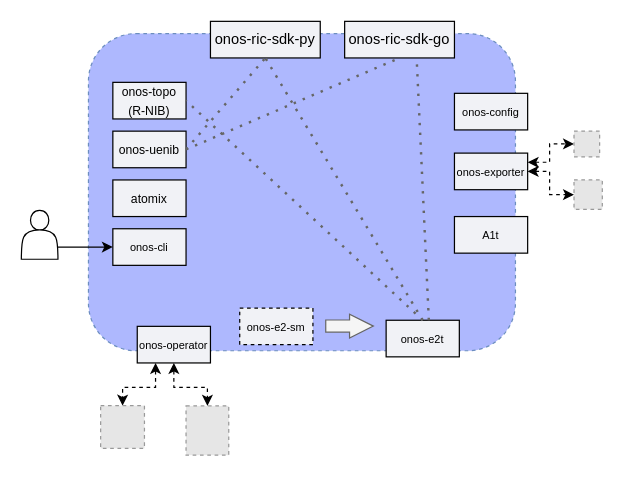
The draw.io diagram Untitled Diagram.drawio in carlos-tuilm/test-mlb-sdran, before the edit. Source tidied: cells renumbered, new cells numbered last; positions are measured from the earlier drawing's top-left corner, leaving out a move shared by most shapes. Both pictures are drawn from the tidied source at 122%, with x=0, y=0 at pixel (21, 21). Pictures stored in the file or linked from it are replaced by grey dashed boxes.
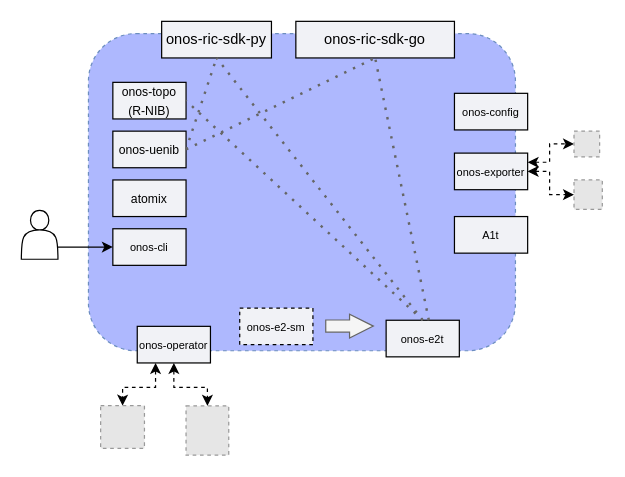
The same diagram, later.

The edit, as a diff of the source:
```diff
@@
     <mxCell id="16" value="onos-ric-sdk-py" style="rounded=0;whiteSpace=wrap;html=1;fillColor=#F1F2F6;" parent="1" vertex="1">
-      <mxGeometry x="155" width="90" height="30" as="geometry" />
+      <mxGeometry x="115" width="90" height="30" as="geometry" />
     </mxCell>
     <mxCell id="17" value="onos-ric-sdk-go" style="rounded=0;whiteSpace=wrap;html=1;fillColor=#F1F2F6;" parent="1" vertex="1">
-      <mxGeometry x="265" width="90" height="30" as="geometry" />
+      <mxGeometry x="225" width="130" height="30" as="geometry" />
     </mxCell>
@@
-    <mxCell id="19" style="endArrow=none;dashed=1;html=1;dashPattern=1 3;strokeWidth=2;rounded=0;exitX=0.5;exitY=0;exitDx=0;exitDy=0;fillColor=#f5f5f5;strokeColor=#666666;" parent="1" edge="1">
+    <mxCell id="19" style="endArrow=none;dashed=1;html=1;dashPattern=1 3;strokeWidth=2;rounded=0;exitX=0.5;exitY=0;exitDx=0;exitDy=0;fillColor=#f5f5f5;strokeColor=#666666;entryX=0.5;entryY=1;entryDx=0;entryDy=0;" parent="1" edge="1" target="17">
       <mxGeometry relative="1" as="geometry">
         <mxPoint x="334" y="245" as="sourcePoint" />
-        <mxPoint x="324" y="30" as="targetPoint" />
       </mxGeometry>
     </mxCell>
```
